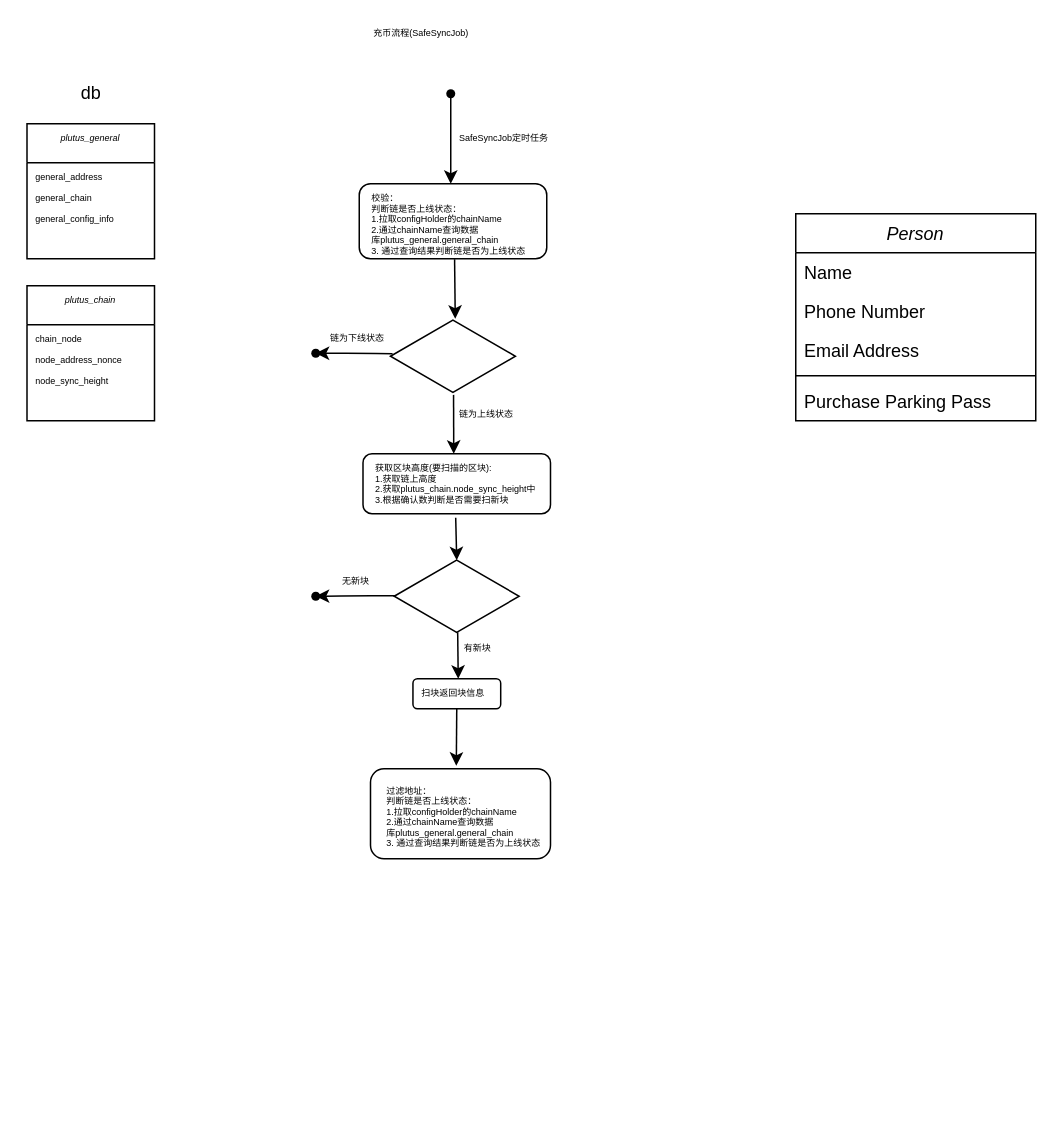
This is Untitled Diagram.drawio from a130091450/test_repos, a draw.io file, before an edit. Source tidied: cells renumbered, new cells numbered last; positions are measured from the earlier drawing's top-left corner, leaving out a move shared by most shapes. Both pictures are drawn from the tidied source at 150%, with x=0, y=0 at pixel (27, 26).
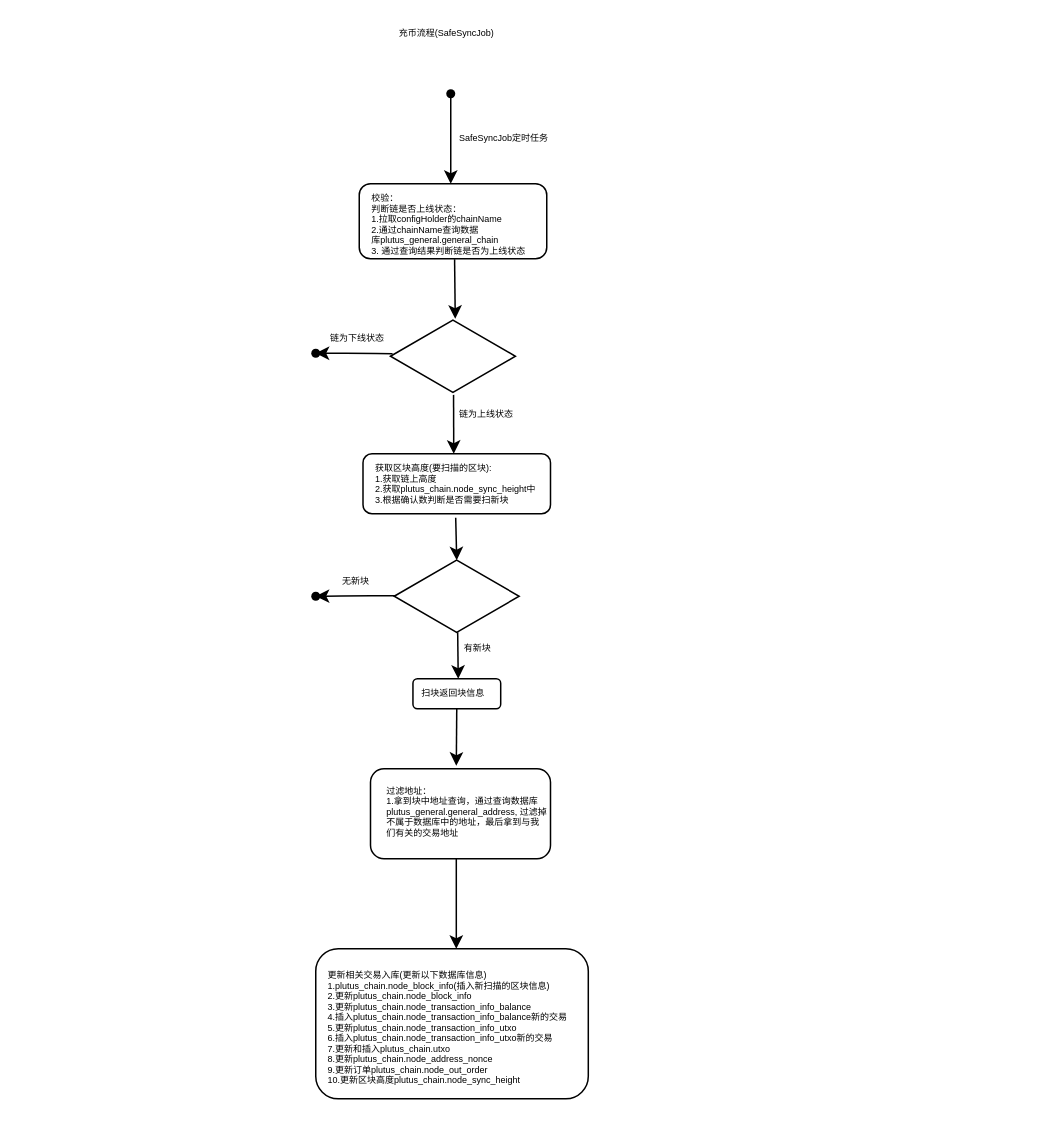
The same diagram, later.

Diff of the diagram source:
```diff
@@
-    <mxCell id="2" value="Person" style="swimlane;fontStyle=2;align=center;verticalAlign=top;horizontal=1;startSize=26;rounded=0;shadow=0;strokeWidth=1;" parent="1" vertex="1">
-      <mxGeometry x="512" y="125" width="160" height="138" as="geometry" />
-    </mxCell>
-    <mxCell id="3" value="Name" style="text;align=left;verticalAlign=top;spacingLeft=4;spacingRight=4;overflow=hidden;" parent="2" vertex="1">
-      <mxGeometry y="26" width="160" height="26" as="geometry" />
-    </mxCell>
-    <mxCell id="4" value="Phone Number" style="text;align=left;verticalAlign=top;spacingLeft=4;spacingRight=4;overflow=hidden;rounded=0;shadow=0;html=0;" parent="2" vertex="1">
-      <mxGeometry y="52" width="160" height="26" as="geometry" />
-    </mxCell>
-    <mxCell id="5" value="Email Address" style="text;align=left;verticalAlign=top;spacingLeft=4;spacingRight=4;overflow=hidden;rounded=0;shadow=0;html=0;" parent="2" vertex="1">
-      <mxGeometry y="78" width="160" height="26" as="geometry" />
-    </mxCell>
-    <mxCell id="6" style="line;html=1;strokeWidth=1;align=left;verticalAlign=middle;spacingTop=-1;spacingLeft=3;spacingRight=3;labelPosition=right;" parent="2" vertex="1">
-      <mxGeometry y="104" width="160" height="8" as="geometry" />
-    </mxCell>
-    <mxCell id="7" value="Purchase Parking Pass" style="text;align=left;verticalAlign=top;spacingLeft=4;spacingRight=4;overflow=hidden;" parent="2" vertex="1">
-      <mxGeometry y="112" width="160" height="26" as="geometry" />
-    </mxCell>
-    <mxCell id="8" value="db" style="text;html=1;align=center;verticalAlign=middle;strokeColor=none;strokeWidth=1;perimeterSpacing=1;" parent="1" vertex="1">
-      <mxGeometry x="27" y="35" width="30" height="20" as="geometry" />
-    </mxCell>
-    <mxCell id="9" value="plutus_general" style="swimlane;fontStyle=2;align=center;verticalAlign=top;horizontal=1;startSize=26;rounded=0;shadow=0;strokeWidth=1;perimeterSpacing=1;fontSize=6;" parent="1" vertex="1">
-      <mxGeometry x="-0.5" y="65" width="85" height="90" as="geometry" />
-    </mxCell>
-    <mxCell id="10" value="general_address" style="text;align=left;verticalAlign=top;spacingLeft=4;spacingRight=4;overflow=hidden;strokeWidth=1;perimeterSpacing=1;fontSize=6;" parent="9" vertex="1">
-      <mxGeometry y="26" width="85" height="14" as="geometry" />
-    </mxCell>
-    <mxCell id="11" value="general_chain" style="text;align=left;verticalAlign=top;spacingLeft=4;spacingRight=4;overflow=hidden;strokeWidth=1;perimeterSpacing=1;fontSize=6;" parent="9" vertex="1">
-      <mxGeometry y="40" width="85" height="14" as="geometry" />
-    </mxCell>
-    <mxCell id="12" value="general_config_info" style="text;align=left;verticalAlign=top;spacingLeft=4;spacingRight=4;overflow=hidden;strokeWidth=1;perimeterSpacing=1;fontSize=6;" parent="9" vertex="1">
-      <mxGeometry y="54" width="85" height="14" as="geometry" />
-    </mxCell>
-    <mxCell id="13" value="plutus_chain" style="swimlane;fontStyle=2;align=center;verticalAlign=top;horizontal=1;startSize=26;rounded=0;shadow=0;strokeWidth=1;perimeterSpacing=1;fontSize=6;" parent="1" vertex="1">
-      <mxGeometry x="-0.5" y="173" width="85" height="90" as="geometry" />
-    </mxCell>
-    <mxCell id="14" value="chain_node" style="text;align=left;verticalAlign=top;spacingLeft=4;spacingRight=4;overflow=hidden;strokeWidth=1;perimeterSpacing=1;fontSize=6;" parent="13" vertex="1">
-      <mxGeometry y="26" width="85" height="14" as="geometry" />
-    </mxCell>
-    <mxCell id="15" value="node_address_nonce" style="text;align=left;verticalAlign=top;spacingLeft=4;spacingRight=4;overflow=hidden;strokeWidth=1;perimeterSpacing=1;fontSize=6;" parent="13" vertex="1">
-      <mxGeometry y="40" width="85" height="14" as="geometry" />
-    </mxCell>
-    <mxCell id="16" value="node_sync_height" style="text;align=left;verticalAlign=top;spacingLeft=4;spacingRight=4;overflow=hidden;strokeWidth=1;perimeterSpacing=1;fontSize=6;" parent="13" vertex="1">
-      <mxGeometry y="54" width="85" height="14" as="geometry" />
-    </mxCell>
     <mxCell id="17" value="充币流程(SafeSyncJob)" style="text;html=1;align=center;verticalAlign=middle;strokeColor=none;fontSize=6;" parent="1" vertex="1">
-      <mxGeometry x="192" width="140" height="10" as="geometry" />
+      <mxGeometry x="208.5" width="140" height="10" as="geometry" />
     </mxCell>
@@
+    <mxCell id="45" value="有新块" style="text;align=left;verticalAlign=top;spacingLeft=4;spacingRight=4;overflow=hidden;strokeWidth=1;perimeterSpacing=1;fontSize=6;" parent="1" vertex="1">
+      <mxGeometry x="285.2" y="405" width="30" height="14" as="geometry" />
+    </mxCell>
+    <mxCell id="46" style="group;" parent="1" vertex="1">
+      <mxGeometry x="228.5" y="495" width="123.5" height="60" as="geometry" />
+    </mxCell>
-    <mxCell id="43" style="rounded=1;whiteSpace=wrap;html=1;fontSize=20;strokeWidth=1;" parent="1" vertex="1">
-      <mxGeometry x="228.5" y="495" width="120" height="60" as="geometry" />
+    <mxCell id="43" style="rounded=1;whiteSpace=wrap;html=1;fontSize=20;strokeWidth=1;" parent="46" vertex="1">
+      <mxGeometry width="120" height="60" as="geometry" />
     </mxCell>
-    <mxCell id="44" value="过滤地址：&#10;判断链是否上线状态：&#10;1.拉取configHolder的chainName&#10;2.通过chainName查询数据&#10;库plutus_general.general_chain&#10;3. 通过查询结果判断链是否为上线状态" style="text;align=left;verticalAlign=top;spacingLeft=4;spacingRight=4;overflow=hidden;strokeWidth=1;perimeterSpacing=1;fontSize=6;" parent="1" vertex="1">
-      <mxGeometry x="233.5" y="500" width="118.5" height="50" as="geometry" />
+    <mxCell id="44" value="过滤地址：&#10;1.拿到块中地址查询，通过查询数据库&#10;plutus_general.general_address, 过滤掉&#10;不属于数据库中的地址，最后拿到与我&#10;们有关的交易地址" style="text;align=left;verticalAlign=top;spacingLeft=4;spacingRight=4;overflow=hidden;strokeWidth=1;perimeterSpacing=1;fontSize=6;" parent="46" vertex="1">
+      <mxGeometry x="5" y="5" width="118.5" height="50" as="geometry" />
     </mxCell>
-    <mxCell id="45" value="有新块" style="text;align=left;verticalAlign=top;spacingLeft=4;spacingRight=4;overflow=hidden;strokeWidth=1;perimeterSpacing=1;fontSize=6;" parent="1" vertex="1">
-      <mxGeometry x="285.2" y="405" width="30" height="14" as="geometry" />
-    </mxCell>
+    <mxCell id="47" style="endArrow=classic;html=1;fontSize=20;" parent="1" edge="1">
+      <mxGeometry relative="1" as="geometry">
+        <mxPoint x="285.7" y="555" as="sourcePoint" />
+        <mxPoint x="285.7" y="615" as="targetPoint" />
+        <Array as="points">
+          <mxPoint x="285.7" y="585" />
+        </Array>
+      </mxGeometry>
+    </mxCell>
+    <mxCell id="48" style="group;" parent="1" vertex="1">
+      <mxGeometry x="192" y="615" width="181.7" height="100" as="geometry" />
+    </mxCell>
+    <mxCell id="49" style="rounded=1;whiteSpace=wrap;html=1;fontSize=20;strokeWidth=1;" parent="48" vertex="1">
+      <mxGeometry width="181.7" height="100" as="geometry" />
+    </mxCell>
+    <mxCell id="50" value="更新相关交易入库(更新以下数据库信息)&#10;1.plutus_chain.node_block_info(插入新扫描的区块信息)&#10;2.更新plutus_chain.node_block_info&#10;3.更新plutus_chain.node_transaction_info_balance&#10;4.插入plutus_chain.node_transaction_info_balance新的交易&#10;5.更新plutus_chain.node_transaction_info_utxo&#10;6.插入plutus_chain.node_transaction_info_utxo新的交易&#10;7.更新和插入plutus_chain.utxo&#10;8.更新plutus_chain.node_address_nonce&#10;9.更新订单plutus_chain.node_out_order&#10;10.更新区块高度plutus_chain.node_sync_height" style="text;align=left;verticalAlign=top;spacingLeft=4;spacingRight=4;overflow=hidden;strokeWidth=1;perimeterSpacing=1;fontSize=6;" parent="48" vertex="1">
+      <mxGeometry x="2.3" y="8.3" width="179.4" height="83.3" as="geometry" />
+    </mxCell>
```
